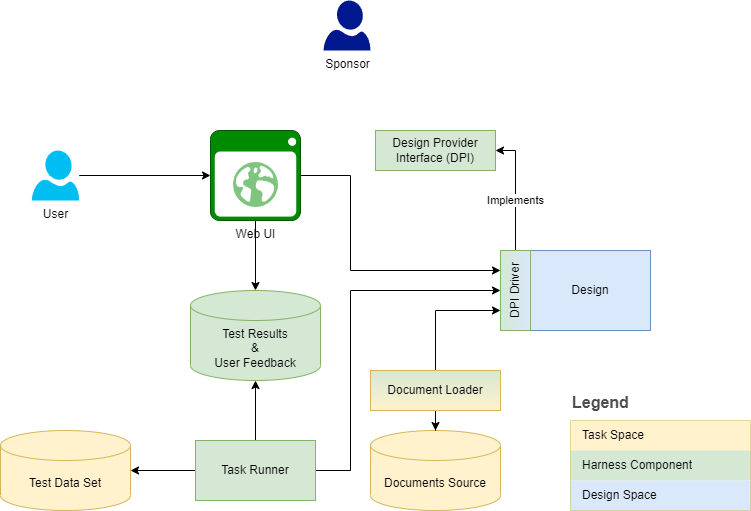
Earlier version of the draw.io export overview.png (ai-deep-learning/doc-rag-harness). Source tidied: cells renumbered, new cells last; positions are measured from the earlier drawing's top-left corner, leaving out a move shared by most shapes.
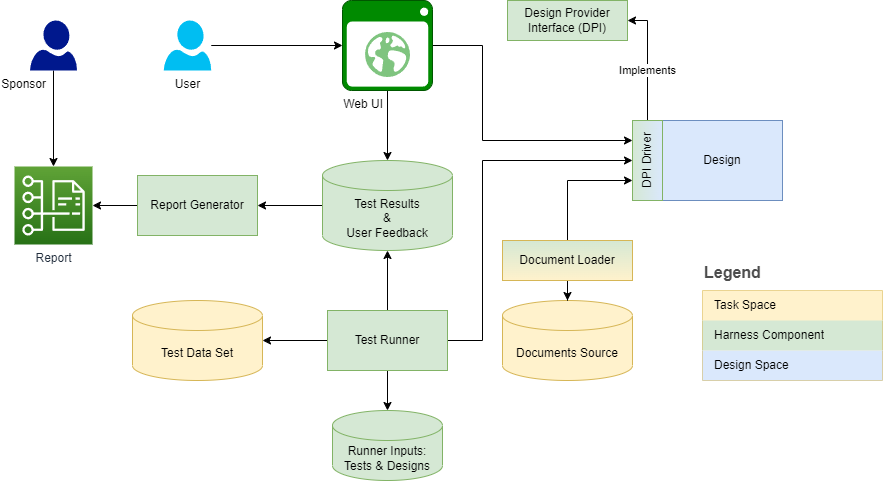
After the change.

The edit, as a diff of the source:
```diff
@@ -8,8 +8,11 @@
     <mxCell id="3" value="User" style="verticalLabelPosition=bottom;html=1;verticalAlign=top;align=center;strokeColor=none;fillColor=#00BEF2;shape=mxgraph.azure.user;" parent="1" vertex="1">
       <mxGeometry x="31.2" y="150" width="47.5" height="50" as="geometry" />
     </mxCell>
+    <mxCell id="27" style="edgeStyle=orthogonalEdgeStyle;rounded=0;jettySize=auto;html=1;fontColor=#000000;" parent="1" edge="1" source="4" target="33">
+      <mxGeometry relative="1" as="geometry" />
+    </mxCell>
-    <mxCell id="4" value="Sponsor" style="sketch=0;shadow=0;dashed=0;html=1;strokeColor=none;labelPosition=center;verticalLabelPosition=bottom;verticalAlign=top;align=center;fillColor=#00188D;shape=mxgraph.azure.user;" parent="1" vertex="1">
-      <mxGeometry x="323" width="47" height="50" as="geometry" />
+    <mxCell id="4" value="Sponsor" style="sketch=0;shadow=0;dashed=0;html=1;strokeColor=none;labelPosition=left;verticalLabelPosition=bottom;verticalAlign=top;align=right;fillColor=#00188D;shape=mxgraph.azure.user;spacingRight=-17;" parent="1" vertex="1">
+      <mxGeometry x="-102.5" y="150" width="47" height="50" as="geometry" />
     </mxCell>
     <mxCell id="5" value="Documents Source" style="shape=cylinder3;whiteSpace=wrap;html=1;boundedLbl=1;backgroundOutline=1;size=15;fillColor=#fff2cc;strokeColor=#d6b656;" parent="1" vertex="1">
       <mxGeometry x="370" y="430" width="130" height="80" as="geometry" />
@@ -62,7 +65,10 @@
     <mxCell id="18" style="edgeStyle=orthogonalEdgeStyle;rounded=0;jettySize=auto;html=1;fontColor=#000000;" parent="1" edge="1" source="19" target="26">
       <mxGeometry relative="1" as="geometry" />
     </mxCell>
+    <mxCell id="28" style="edgeStyle=orthogonalEdgeStyle;rounded=0;jettySize=auto;html=1;fontColor=#000000;" parent="1" edge="1" source="19" target="30">
+      <mxGeometry relative="1" as="geometry" />
+    </mxCell>
-    <mxCell id="19" value="Task Runner" style="rounded=0;whiteSpace=wrap;html=1;labelBorderColor=none;gradientDirection=east;fillColor=#d5e8d4;strokeColor=#82b366;" parent="1" vertex="1">
+    <mxCell id="19" value="Test Runner" style="rounded=0;whiteSpace=wrap;html=1;labelBorderColor=none;gradientDirection=east;fillColor=#d5e8d4;strokeColor=#82b366;" parent="1" vertex="1">
       <mxGeometry x="195" y="440" width="120" height="60" as="geometry" />
     </mxCell>
     <mxCell id="20" style="edgeStyle=orthogonalEdgeStyle;rounded=0;jettySize=auto;html=1;" parent="1" edge="1" source="22" target="5">
@@ -85,11 +91,26 @@
     <mxCell id="24" style="edgeStyle=orthogonalEdgeStyle;rounded=0;jettySize=auto;html=1;fontColor=#000000;" parent="1" edge="1" source="25" target="26">
       <mxGeometry relative="1" as="geometry" />
     </mxCell>
-    <mxCell id="25" value="Web UI" style="shadow=0;dashed=0;html=1;strokeColor=#005700;fillColor=#008a00;labelPosition=center;verticalLabelPosition=bottom;verticalAlign=top;align=center;outlineConnect=0;shape=mxgraph.veeam.2d.web_ui;labelBorderColor=none;fontColor=#000000;" parent="1" vertex="1">
+    <mxCell id="25" value="Web UI" style="shadow=0;dashed=0;html=1;strokeColor=#005700;fillColor=#008a00;labelPosition=left;verticalLabelPosition=bottom;verticalAlign=top;align=right;outlineConnect=0;shape=mxgraph.veeam.2d.web_ui;labelBorderColor=none;fontColor=#000000;spacingLeft=0;spacingRight=-42;" parent="1" vertex="1">
       <mxGeometry x="210" y="130" width="90" height="90" as="geometry" />
     </mxCell>
+    <mxCell id="29" style="edgeStyle=orthogonalEdgeStyle;rounded=0;jettySize=auto;html=1;fontColor=#000000;" parent="1" edge="1" source="26" target="32">
+      <mxGeometry relative="1" as="geometry" />
+    </mxCell>
     <mxCell id="26" value="Test Results&lt;br&gt;&amp;amp;&lt;br&gt;User Feedback" style="shape=cylinder3;whiteSpace=wrap;html=1;boundedLbl=1;backgroundOutline=1;size=15;labelBorderColor=none;gradientDirection=north;fillColor=#d5e8d4;strokeColor=#82b366;" parent="1" vertex="1">
       <mxGeometry x="190" y="290" width="130" height="90" as="geometry" />
     </mxCell>
+    <mxCell id="30" value="Runner Inputs:&lt;br&gt;Tests &amp;amp; Designs" style="shape=cylinder3;whiteSpace=wrap;html=1;boundedLbl=1;backgroundOutline=1;size=15;labelBorderColor=none;gradientDirection=north;fillColor=#d5e8d4;strokeColor=#82b366;" parent="1" vertex="1">
+      <mxGeometry x="200" y="540" width="110" height="70" as="geometry" />
+    </mxCell>
+    <mxCell id="31" style="edgeStyle=orthogonalEdgeStyle;rounded=0;jettySize=auto;html=1;fontColor=#000000;" parent="1" edge="1" source="32" target="33">
+      <mxGeometry relative="1" as="geometry" />
+    </mxCell>
+    <mxCell id="32" value="Report Generator" style="rounded=0;whiteSpace=wrap;html=1;labelBorderColor=none;gradientDirection=north;fillColor=#d5e8d4;strokeColor=#82b366;" parent="1" vertex="1">
+      <mxGeometry x="5" y="305" width="120" height="60" as="geometry" />
+    </mxCell>
+    <mxCell id="33" value="Report" style="sketch=0;points=[[0,0,0],[0.25,0,0],[0.5,0,0],[0.75,0,0],[1,0,0],[0,1,0],[0.25,1,0],[0.5,1,0],[0.75,1,0],[1,1,0],[0,0.25,0],[0,0.5,0],[0,0.75,0],[1,0.25,0],[1,0.5,0],[1,0.75,0]];outlineConnect=0;fontColor=#232F3E;gradientColor=#60A337;gradientDirection=north;fillColor=#277116;strokeColor=#ffffff;dashed=0;verticalLabelPosition=bottom;verticalAlign=top;align=center;html=1;fontSize=12;fontStyle=0;shape=mxgraph.aws4.resourceIcon;resIcon=mxgraph.aws4.cost_and_usage_report;labelBorderColor=none;" parent="1" vertex="1">
+      <mxGeometry x="-118" y="296" width="78" height="78" as="geometry" />
+    </mxCell>
   </root>
 </mxGraphModel>
```
